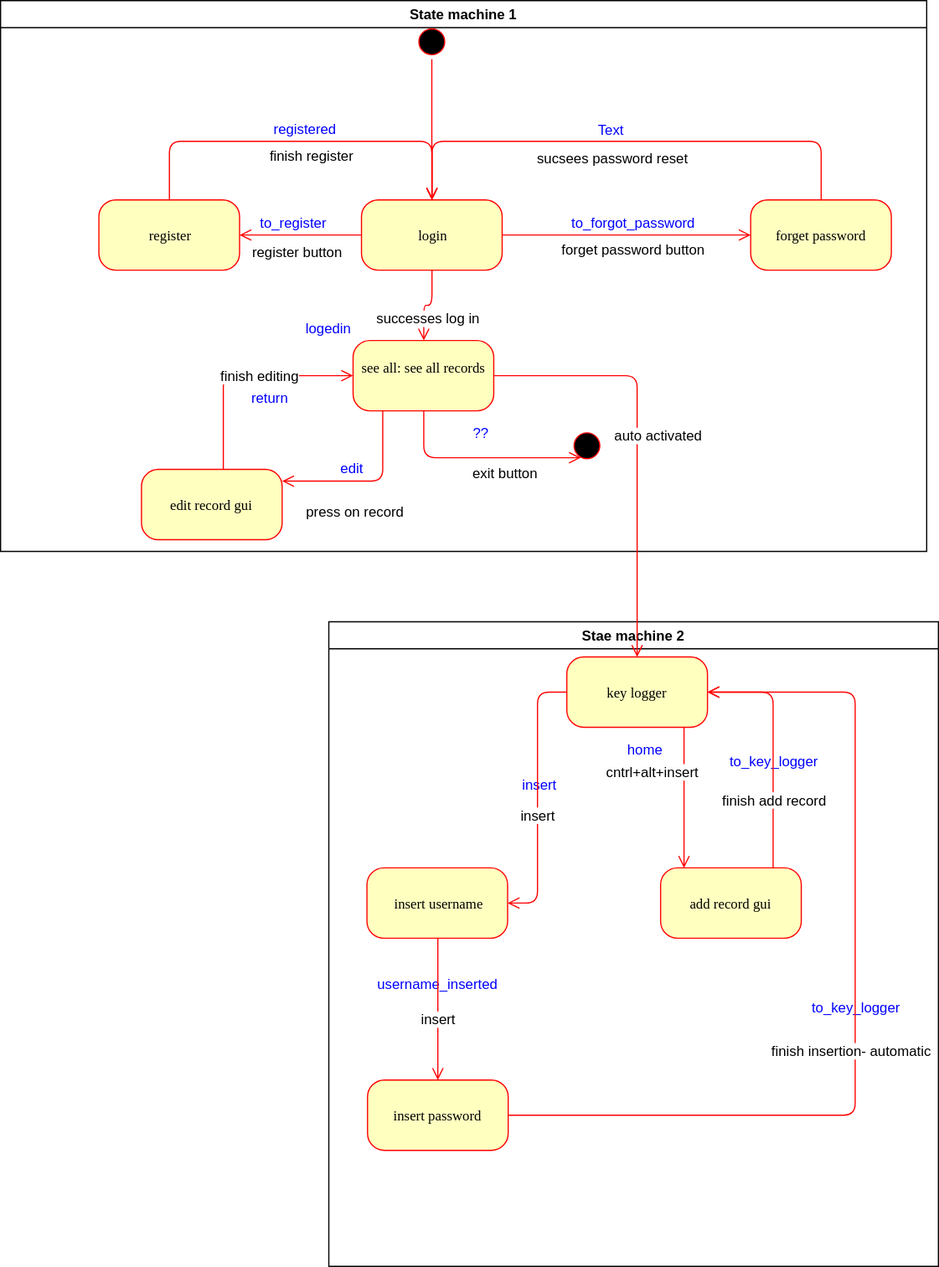
adibl/password_saver keeps this draw.io diagram as Documents/client state machine.svg. Above is the earlier version. Source tidied: cells renumbered, new cells last; positions are measured from the earlier drawing's top-left corner, leaving out a move shared by most shapes.
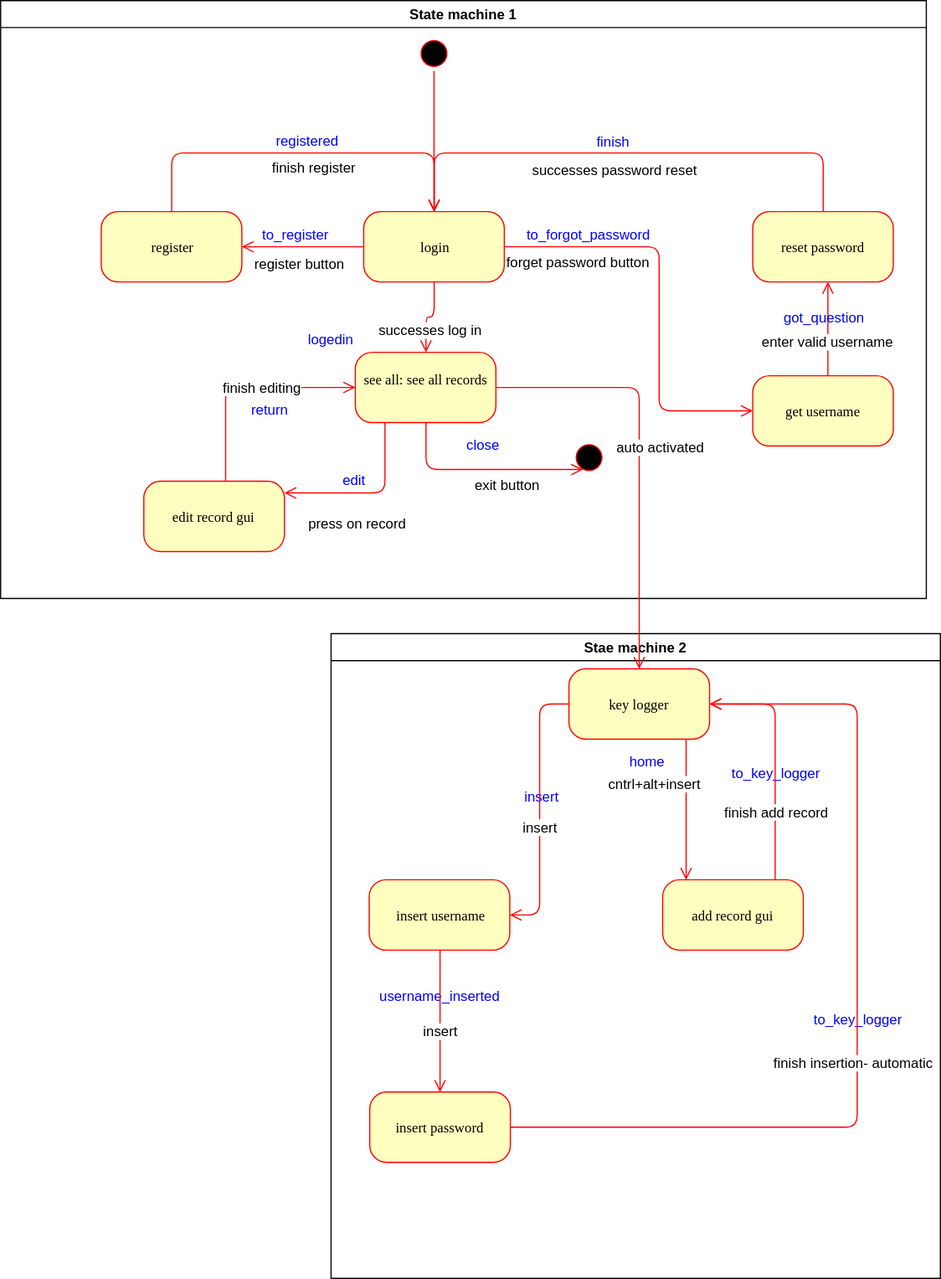
Later version of the same file.

Commit message:
client sm add reset password

Change to the diagram source:
```diff
@@ -2,7 +2,7 @@
   <root>
     <mxCell id="0" />
     <mxCell id="1" value="transfers names" parent="0" />
-    <mxCell id="2" value="??" style="text;strokeColor=none;fillColor=none;align=center;verticalAlign=middle;rounded=0;fontColor=#0000FF;" parent="1" vertex="1">
+    <mxCell id="2" value="close" style="text;strokeColor=none;fillColor=none;align=center;verticalAlign=middle;rounded=0;fontColor=#0000FF;" parent="1" vertex="1">
       <mxGeometry x="390" y="360" width="40" height="20" as="geometry" />
     </mxCell>
     <mxCell id="3" value="username_inserted" style="text;strokeColor=none;fillColor=none;align=center;verticalAlign=middle;rounded=0;fontColor=#0000FF;" parent="1" vertex="1">
@@ -23,11 +23,11 @@
     <mxCell id="8" value="registered" style="text;strokeColor=none;fillColor=none;align=center;verticalAlign=middle;rounded=0;fontColor=#0000FF;" parent="1" vertex="1">
       <mxGeometry x="240" y="100" width="40" height="20" as="geometry" />
     </mxCell>
-    <mxCell id="9" value="Text" style="text;html=1;strokeColor=none;fillColor=none;align=center;verticalAlign=middle;whiteSpace=wrap;rounded=0;fontColor=#0000FF;" parent="1" vertex="1">
+    <mxCell id="9" value="finish" style="text;html=1;strokeColor=none;fillColor=none;align=center;verticalAlign=middle;whiteSpace=wrap;rounded=0;fontColor=#0000FF;" parent="1" vertex="1">
       <mxGeometry x="500" y="100" width="40" height="20" as="geometry" />
     </mxCell>
     <mxCell id="10" value="to_forgot_password" style="text;strokeColor=none;fillColor=none;align=center;verticalAlign=middle;rounded=0;fontColor=#0000FF;" parent="1" vertex="1">
-      <mxGeometry x="520" y="180" width="40" height="20" as="geometry" />
+      <mxGeometry x="440" y="180" width="120" height="20" as="geometry" />
     </mxCell>
     <mxCell id="11" value="logedin" style="text;strokeColor=none;fillColor=none;align=center;verticalAlign=middle;rounded=0;fontColor=#0000FF;" parent="1" vertex="1">
       <mxGeometry x="260" y="270" width="40" height="20" as="geometry" />
@@ -42,11 +42,25 @@
       <mxGeometry x="280" y="530" width="520" height="550" as="geometry" />
     </mxCell>
     <mxCell id="15" value="State machine 1" style="swimlane;html=0;" parent="1" vertex="1">
-      <mxGeometry width="790" height="470" as="geometry" />
+      <mxGeometry x="-2" y="-10" width="790" height="510" as="geometry" />
     </mxCell>
     <mxCell id="16" value="return" style="text;strokeColor=none;fillColor=none;align=center;verticalAlign=middle;rounded=0;fontColor=#0000FF;" parent="15" vertex="1">
-      <mxGeometry x="210" y="330" width="40" height="20" as="geometry" />
+      <mxGeometry x="210" y="340" width="40" height="20" as="geometry" />
     </mxCell>
+    <mxCell id="58" style="edgeStyle=orthogonalEdgeStyle;html=1;labelBackgroundColor=none;endArrow=open;endSize=8;strokeColor=#ff0000;fontFamily=Verdana;fontSize=12;align=left;" parent="15" edge="1" source="61" target="20">
+      <mxGeometry relative="1" as="geometry">
+        <Array as="points">
+          <mxPoint x="706" y="260" />
+          <mxPoint x="706" y="260" />
+        </Array>
+      </mxGeometry>
+    </mxCell>
+    <mxCell id="59" value="enter valid username" style="text;html=1;align=center;verticalAlign=top;labelBackgroundColor=#ffffff;" parent="58" vertex="1">
+      <mxGeometry x="0.06" y="1" relative="1" as="geometry" />
+    </mxCell>
+    <mxCell id="60" value="got_question" style="text;html=1;strokeColor=none;fillColor=none;align=center;verticalAlign=middle;whiteSpace=wrap;rounded=0;fontColor=#0000FF;" parent="15" vertex="1">
+      <mxGeometry x="682" y="260" width="40" height="20" as="geometry" />
+    </mxCell>
     <mxCell id="17" parent="0" />
     <mxCell id="18" value="v" style="ellipse;html=1;shape=startState;fillColor=#000000;strokeColor=#ff0000;rounded=1;shadow=0;comic=0;labelBackgroundColor=none;fontFamily=Verdana;fontSize=12;fontColor=#000000;align=center;direction=south;" parent="17" vertex="1">
       <mxGeometry x="352.9" y="20" width="30" height="30" as="geometry" />
@@ -54,9 +68,12 @@
     <mxCell id="19" value="login" style="rounded=1;whiteSpace=wrap;html=1;arcSize=24;fillColor=#ffffc0;strokeColor=#ff0000;shadow=0;comic=0;labelBackgroundColor=none;fontFamily=Verdana;fontSize=12;fontColor=#000000;align=center;" parent="17" vertex="1">
       <mxGeometry x="307.9" y="170" width="120" height="60" as="geometry" />
     </mxCell>
-    <mxCell id="20" value="forget password" style="rounded=1;whiteSpace=wrap;html=1;arcSize=24;fillColor=#ffffc0;strokeColor=#ff0000;shadow=0;comic=0;labelBackgroundColor=none;fontFamily=Verdana;fontSize=12;fontColor=#000000;align=center;" parent="17" vertex="1">
+    <mxCell id="20" value="reset password" style="rounded=1;whiteSpace=wrap;html=1;arcSize=24;fillColor=#ffffc0;strokeColor=#ff0000;shadow=0;comic=0;labelBackgroundColor=none;fontFamily=Verdana;fontSize=12;fontColor=#000000;align=center;" parent="17" vertex="1">
       <mxGeometry x="639.9" y="170" width="120" height="60" as="geometry" />
     </mxCell>
+    <mxCell id="61" value="get username" style="rounded=1;whiteSpace=wrap;html=1;arcSize=24;fillColor=#ffffc0;strokeColor=#ff0000;shadow=0;comic=0;labelBackgroundColor=none;fontFamily=Verdana;fontSize=12;fontColor=#000000;align=center;" parent="17" vertex="1">
+      <mxGeometry x="639.9" y="310" width="120" height="60" as="geometry" />
+    </mxCell>
     <mxCell id="21" value="register" style="rounded=1;whiteSpace=wrap;html=1;arcSize=24;fillColor=#ffffc0;strokeColor=#ff0000;shadow=0;comic=0;labelBackgroundColor=none;fontFamily=Verdana;fontSize=12;fontColor=#000000;align=center;" parent="17" vertex="1">
       <mxGeometry x="83.9" y="170" width="120" height="60" as="geometry" />
     </mxCell>
@@ -161,11 +178,18 @@
     <mxCell id="46" value="finish register" style="text;html=1;align=center;verticalAlign=top;labelBackgroundColor=#ffffff;" parent="45" vertex="1">
       <mxGeometry x="0.06" y="1" relative="1" as="geometry" />
     </mxCell>
-    <mxCell id="47" style="edgeStyle=orthogonalEdgeStyle;html=1;labelBackgroundColor=none;endArrow=open;endSize=8;strokeColor=#ff0000;fontFamily=Verdana;fontSize=12;align=left;" parent="17" edge="1" source="19" target="20">
-      <mxGeometry relative="1" as="geometry" />
+    <mxCell id="47" style="edgeStyle=orthogonalEdgeStyle;html=1;labelBackgroundColor=none;endArrow=open;endSize=8;strokeColor=#ff0000;fontFamily=Verdana;fontSize=12;align=left;entryX=0;entryY=0.5;entryDx=0;entryDy=0;" parent="17" edge="1" source="19" target="61">
+      <mxGeometry relative="1" as="geometry">
+        <Array as="points">
+          <mxPoint x="560" y="200" />
+          <mxPoint x="560" y="340" />
+        </Array>
+      </mxGeometry>
     </mxCell>
     <mxCell id="48" value="forget password button" style="text;html=1;align=center;verticalAlign=top;labelBackgroundColor=#ffffff;" parent="47" vertex="1">
-      <mxGeometry x="0.06" y="1" relative="1" as="geometry" />
+      <mxGeometry x="0.06" y="1" relative="1" as="geometry">
+        <mxPoint x="-71" y="-54" as="offset" />
+      </mxGeometry>
     </mxCell>
     <mxCell id="49" style="edgeStyle=orthogonalEdgeStyle;html=1;labelBackgroundColor=none;endArrow=open;endSize=8;strokeColor=#ff0000;fontFamily=Verdana;fontSize=12;align=left;" parent="17" edge="1" source="20" target="19">
       <mxGeometry relative="1" as="geometry">
@@ -175,7 +199,7 @@
         </Array>
       </mxGeometry>
     </mxCell>
-    <mxCell id="50" value="sucsees password reset" style="text;html=1;align=center;verticalAlign=top;labelBackgroundColor=#ffffff;" parent="49" vertex="1">
+    <mxCell id="50" value="successes password reset" style="text;html=1;align=center;verticalAlign=top;labelBackgroundColor=#ffffff;" parent="49" vertex="1">
       <mxGeometry x="0.06" y="1" relative="1" as="geometry" />
     </mxCell>
     <mxCell id="51" value="edit record gui" style="rounded=1;whiteSpace=wrap;html=1;arcSize=24;fillColor=#ffffc0;strokeColor=#ff0000;shadow=0;comic=0;labelBackgroundColor=none;fontFamily=Verdana;fontSize=12;fontColor=#000000;align=center;" parent="17" vertex="1">
```
